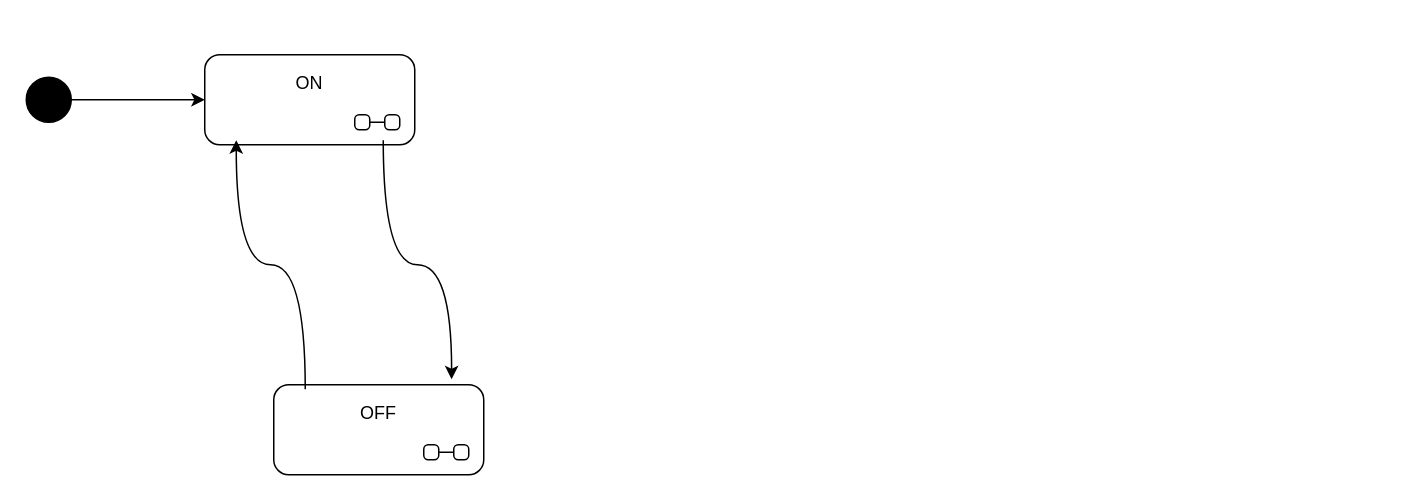
automatica-cluj/exemple-isp-2025 keeps this draw.io diagram as page "State Machine" (4 of 5) of docs/rt-modeling/capsules/capsule.drawio. Above is the earlier version. Source tidied: cells renumbered, new cells numbered last; positions are measured from the earlier drawing's top-left corner, leaving out a move shared by most shapes. Both pictures are drawn from the tidied source at 150%, with x=0, y=0 at pixel (26, 54).
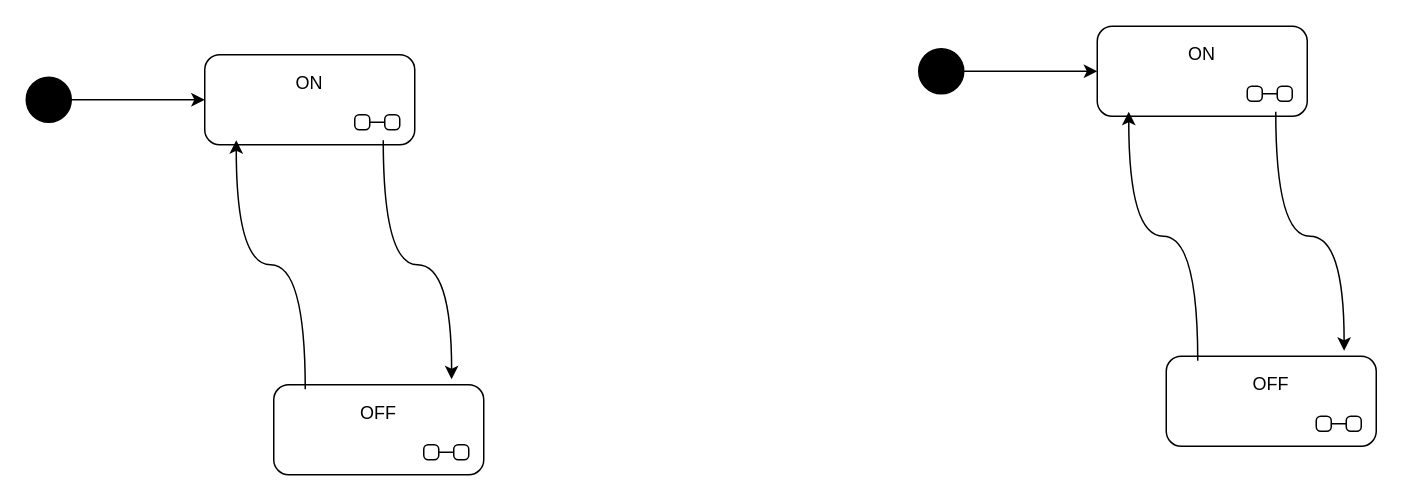
Above is the later version.

Diff of the diagram source:
```diff
@@
 <mxGraphModel>
   <root>
     <mxCell id="0" />
     <mxCell id="1" parent="0" />
     <mxCell id="2" style="edgeStyle=orthogonalEdgeStyle;rounded=0;jettySize=auto;html=1;" parent="1" edge="1" source="3" target="4">
       <mxGeometry relative="1" as="geometry" />
     </mxCell>
     <mxCell id="3" style="ellipse;fillColor=strokeColor;html=1;" parent="1" vertex="1">
       <mxGeometry y="15" width="30" height="30" as="geometry" />
     </mxCell>
     <mxCell id="4" value="ON" style="shape=umlState;rounded=1;verticalAlign=top;spacingTop=5;umlStateSymbol=collapseState;absoluteArcSize=1;arcSize=10;html=1;whiteSpace=wrap;" parent="1" vertex="1">
       <mxGeometry x="119" width="140" height="60" as="geometry" />
     </mxCell>
     <mxCell id="5" value="OFF" style="shape=umlState;rounded=1;verticalAlign=top;spacingTop=5;umlStateSymbol=collapseState;absoluteArcSize=1;arcSize=10;html=1;whiteSpace=wrap;" parent="1" vertex="1">
       <mxGeometry x="165" y="220" width="140" height="60" as="geometry" />
     </mxCell>
     <mxCell id="6" style="edgeStyle=orthogonalEdgeStyle;curved=1;rounded=0;jettySize=auto;html=1;exitX=0.85;exitY=0.95;exitDx=0;exitDy=0;exitPerimeter=0;entryX=0.847;entryY=-0.06;entryDx=0;entryDy=0;entryPerimeter=0;" parent="1" edge="1" source="4" target="5">
       <mxGeometry relative="1" as="geometry" />
     </mxCell>
     <mxCell id="7" style="edgeStyle=orthogonalEdgeStyle;curved=1;rounded=0;jettySize=auto;html=1;exitX=0.15;exitY=0.05;exitDx=0;exitDy=0;exitPerimeter=0;entryX=0.15;entryY=0.95;entryDx=0;entryDy=0;entryPerimeter=0;" parent="1" edge="1" source="5" target="4">
       <mxGeometry relative="1" as="geometry" />
     </mxCell>
+    <mxCell id="8" style="edgeStyle=orthogonalEdgeStyle;rounded=0;jettySize=auto;html=1;" parent="1" edge="1" source="9" target="10">
+      <mxGeometry relative="1" as="geometry" />
+    </mxCell>
+    <mxCell id="9" style="ellipse;fillColor=strokeColor;html=1;" parent="1" vertex="1">
+      <mxGeometry x="595" y="-4" width="30" height="30" as="geometry" />
+    </mxCell>
+    <mxCell id="10" value="ON" style="shape=umlState;rounded=1;verticalAlign=top;spacingTop=5;umlStateSymbol=collapseState;absoluteArcSize=1;arcSize=10;html=1;whiteSpace=wrap;" parent="1" vertex="1">
+      <mxGeometry x="714" y="-19" width="140" height="60" as="geometry" />
+    </mxCell>
+    <mxCell id="11" value="OFF" style="shape=umlState;rounded=1;verticalAlign=top;spacingTop=5;umlStateSymbol=collapseState;absoluteArcSize=1;arcSize=10;html=1;whiteSpace=wrap;" parent="1" vertex="1">
+      <mxGeometry x="760" y="201" width="140" height="60" as="geometry" />
+    </mxCell>
+    <mxCell id="12" style="edgeStyle=orthogonalEdgeStyle;curved=1;rounded=0;jettySize=auto;html=1;exitX=0.85;exitY=0.95;exitDx=0;exitDy=0;exitPerimeter=0;entryX=0.847;entryY=-0.06;entryDx=0;entryDy=0;entryPerimeter=0;" parent="1" edge="1" source="10" target="11">
+      <mxGeometry relative="1" as="geometry" />
+    </mxCell>
+    <mxCell id="13" style="edgeStyle=orthogonalEdgeStyle;curved=1;rounded=0;jettySize=auto;html=1;exitX=0.15;exitY=0.05;exitDx=0;exitDy=0;exitPerimeter=0;entryX=0.15;entryY=0.95;entryDx=0;entryDy=0;entryPerimeter=0;" parent="1" edge="1" source="11" target="10">
+      <mxGeometry relative="1" as="geometry" />
+    </mxCell>
   </root>
 </mxGraphModel>
```
